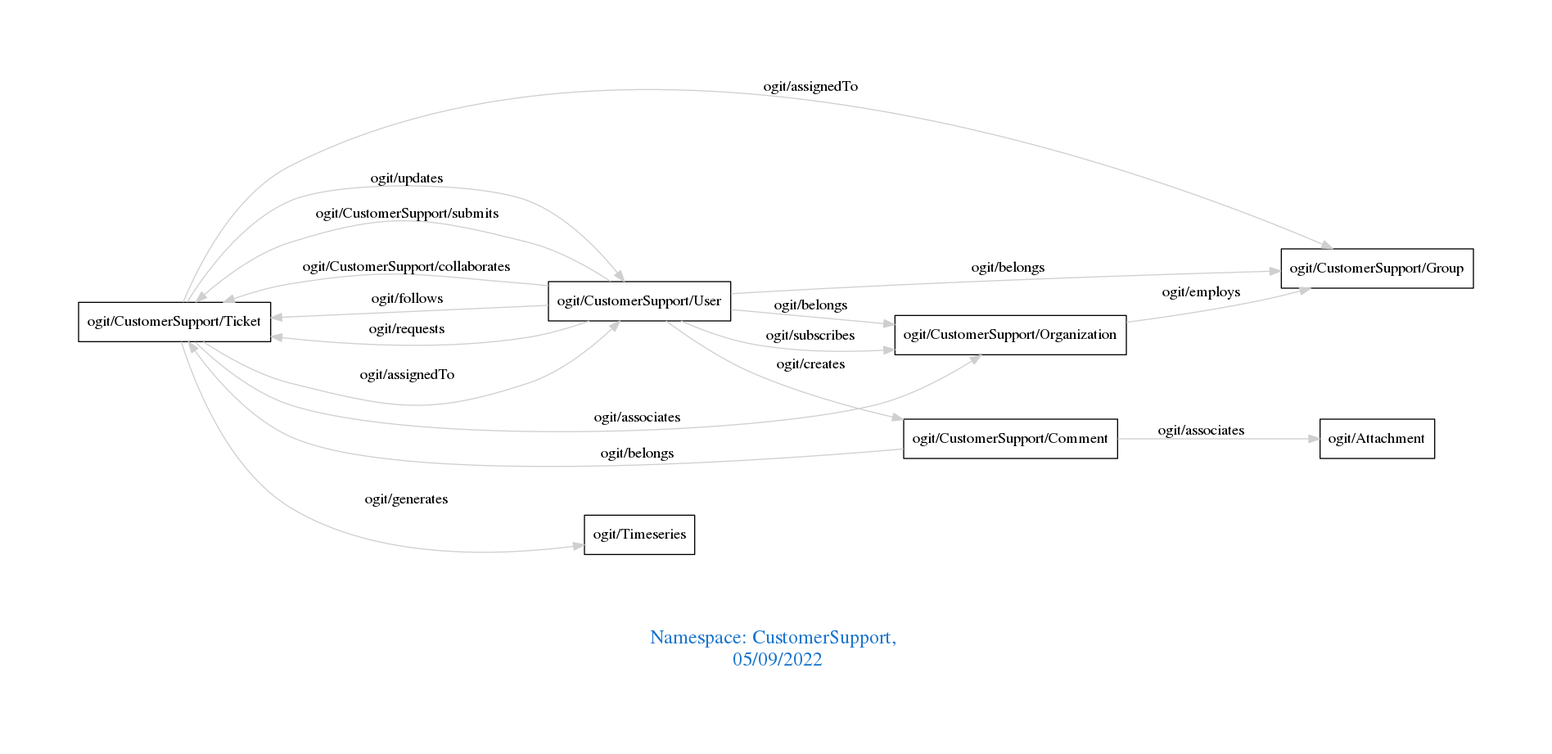
arago/OGIT keeps this Graphviz diagram as downloads/CustomerSupport.png. Above is the earlier version. Its source is kept beside it as downloads/CustomerSupport.dot. Its diagram source:
```dot
digraph OGIT_ontology {
 graph [ rankdir= LR,pad=1
fontsize = 18,
fontcolor= dodgerblue3,label = "\n\n\nNamespace: CustomerSupport, \n 05/09/2022"];
node[shape=polygon];
edge [  color="gray81"];

   "ogit/CustomerSupport/Ticket" -> "ogit/CustomerSupport/User" [label="   ogit/assignedTo    "];
   "ogit/CustomerSupport/Ticket" -> "ogit/CustomerSupport/Group" [label="   ogit/assignedTo    "];
   "ogit/CustomerSupport/Ticket" -> "ogit/Timeseries" [label="   ogit/generates    "];
   "ogit/CustomerSupport/User" -> "ogit/CustomerSupport/Ticket" [label="   ogit/CustomerSupport/submits    "];
   "ogit/CustomerSupport/Organization" -> "ogit/CustomerSupport/Group" [label="   ogit/employs    "];
   "ogit/CustomerSupport/User" -> "ogit/CustomerSupport/Ticket" [label="   ogit/CustomerSupport/collaborates    "];
   "ogit/CustomerSupport/User" -> "ogit/CustomerSupport/Ticket" [label="   ogit/follows    "];
   "ogit/CustomerSupport/User" -> "ogit/CustomerSupport/Comment" [label="   ogit/creates    "];
   "ogit/CustomerSupport/Comment" -> "ogit/Attachment" [label="   ogit/associates    "];
   "ogit/CustomerSupport/Ticket" -> "ogit/CustomerSupport/Organization" [label="   ogit/associates    "];
   "ogit/CustomerSupport/User" -> "ogit/CustomerSupport/Ticket" [label="   ogit/requests    "];
   "ogit/CustomerSupport/Ticket" -> "ogit/CustomerSupport/User" [label="   ogit/updates    "];
   "ogit/CustomerSupport/Comment" -> "ogit/CustomerSupport/Ticket" [label="   ogit/belongs    "];
   "ogit/CustomerSupport/User" -> "ogit/CustomerSupport/Group" [label="   ogit/belongs    "];
   "ogit/CustomerSupport/User" -> "ogit/CustomerSupport/Organization" [label="   ogit/belongs    "];
   "ogit/CustomerSupport/User" -> "ogit/CustomerSupport/Organization" [label="   ogit/subscribes    "];
}
```
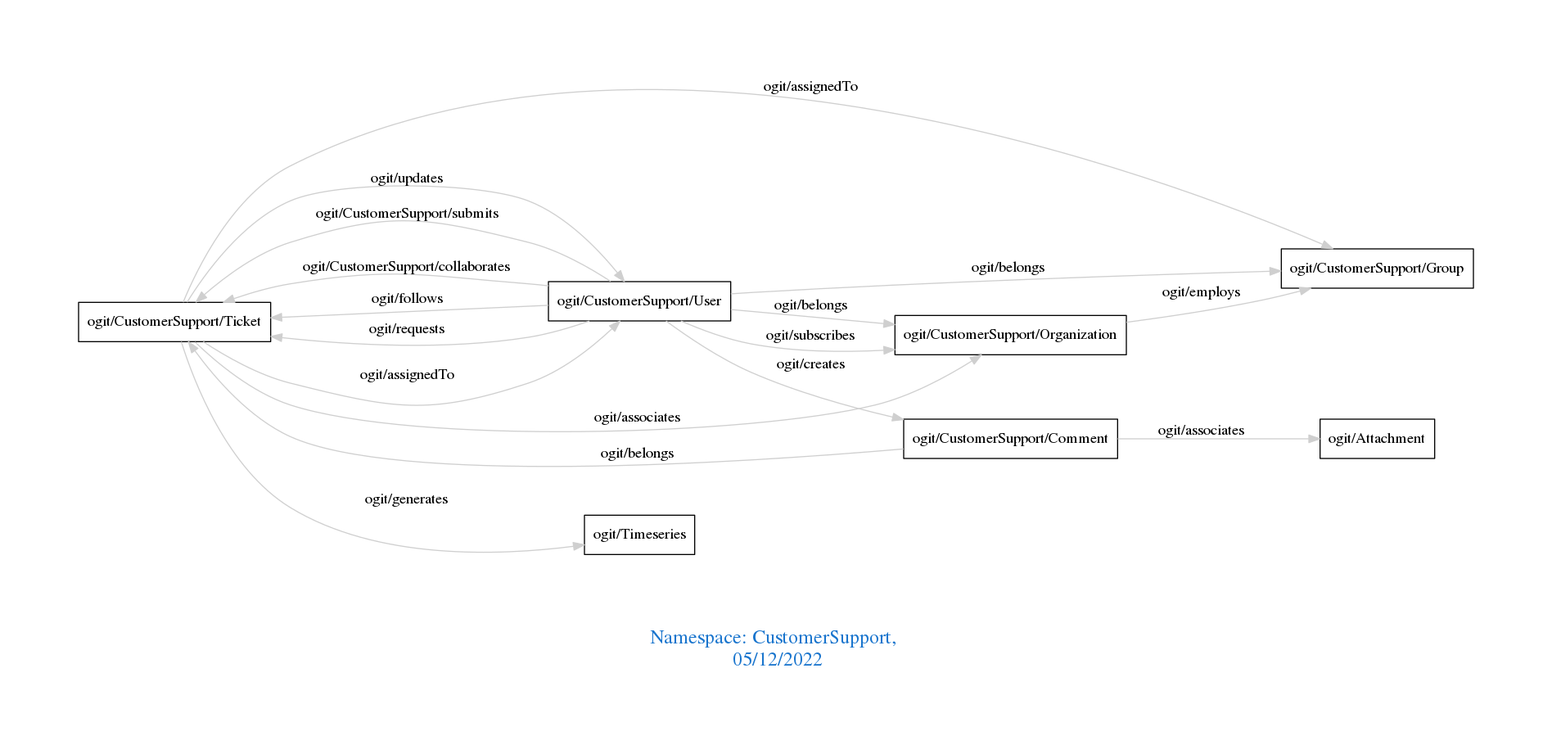
After the commit.

The edit, as a diff of the source:
```diff
@@ -1,7 +1,7 @@
 digraph OGIT_ontology {
  graph [ rankdir= LR,pad=1
 fontsize = 18,
-fontcolor= dodgerblue3,label = "\n\n\nNamespace: CustomerSupport, \n 05/09/2022"];
+fontcolor= dodgerblue3,label = "\n\n\nNamespace: CustomerSupport, \n 05/12/2022"];
 node[shape=polygon];
 edge [  color="gray81"];
 
```
